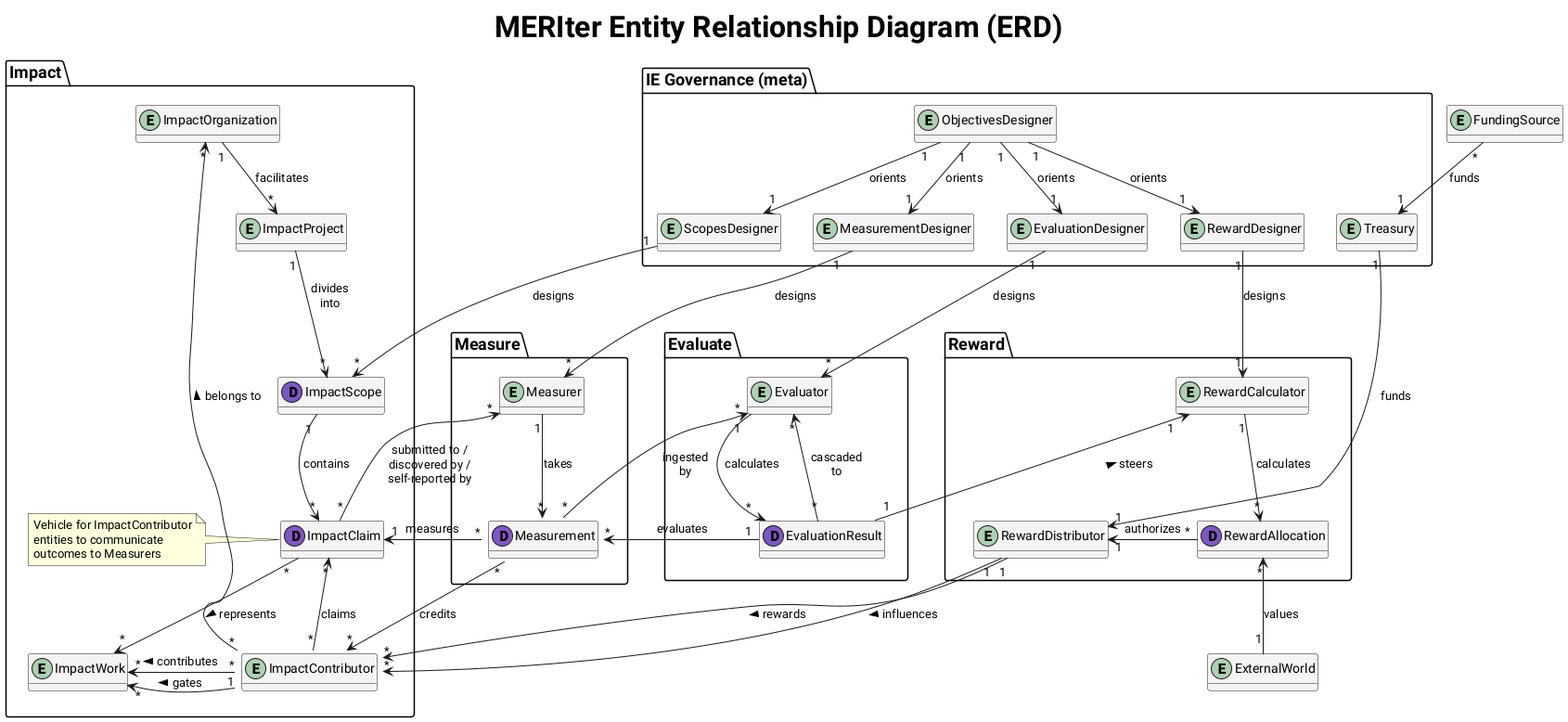
aspiers/ImpactEvaluators keeps this PlantUML diagram as diagrams/ERD.png. Above is the earlier version.
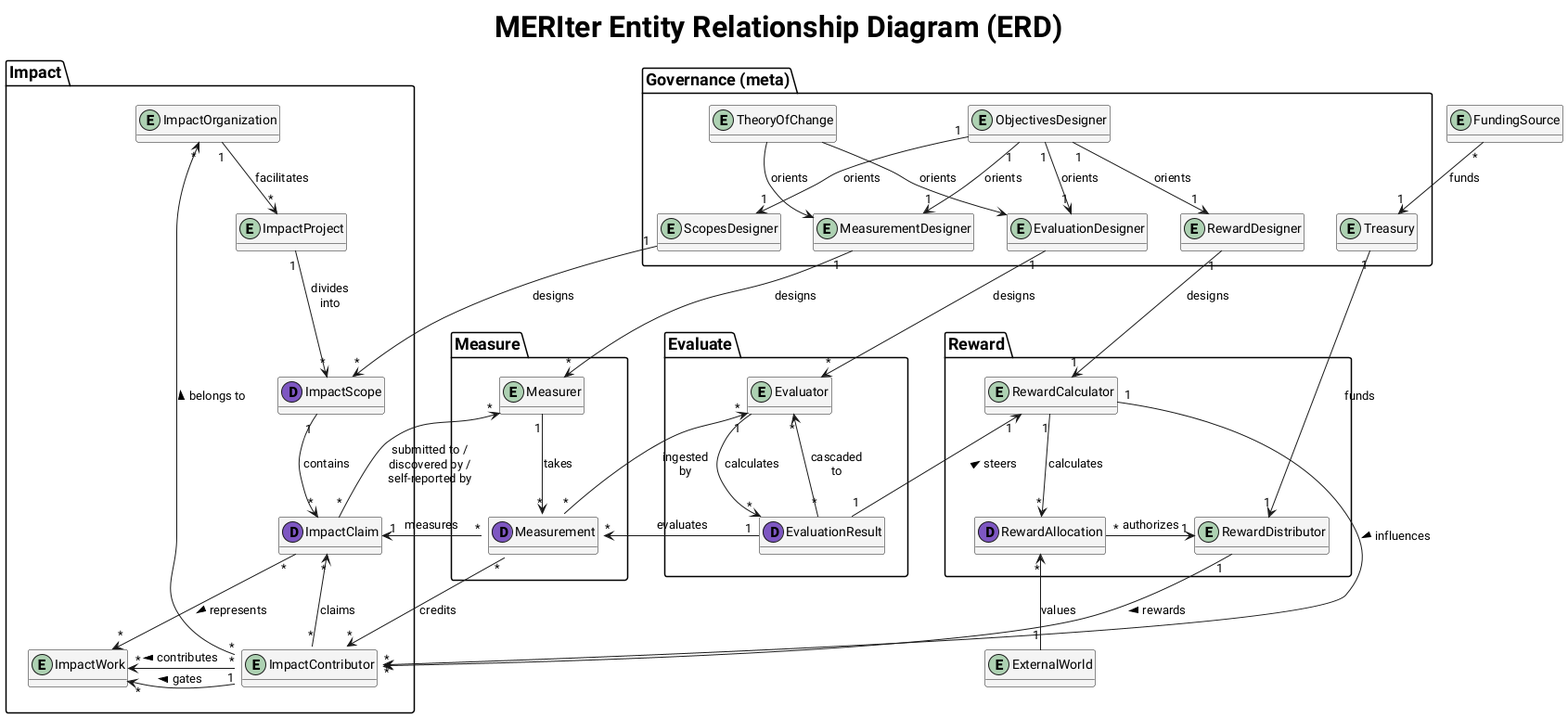
The same file after the commit.

Commit message:
add TheoryOfChange, rewardPolicy, and simplify conditionals

The edit, as a diff of the source:
```diff
@@ -6,7 +6,7 @@
 
 !$SHOW_FIELDS = %false()
 !$SHOW_EAS_FIELDS = %false()
-!$VISIBLE_PACKAGES = "IEGovernance,Impact,Measure,Evaluate,Reward"
+!$VISIBLE_PACKAGES = "Governance,Impact,Measure,Evaluate,Reward"
 
 !function $isPackageVisible($packageName)
   !return %strpos($VISIBLE_PACKAGES, $packageName) != -1
@@ -44,8 +44,10 @@
 </style>
 
 
-!if ($isPackageVisible("IEGovernance"))
-package "IE Governance (meta)" as IEGovernance {
+!if ($isPackageVisible("Governance"))
+
+package "Governance (meta)" as Governance {
+    entity TheoryOfChange
     entity ObjectivesDesigner
     entity ScopesDesigner
     entity MeasurementDesigner
@@ -53,10 +55,13 @@
     entity RewardDesigner
     entity Treasury
 
+    RewardDesigner -r[hidden]-> Treasury
     ScopesDesigner -r[hidden]-> MeasurementDesigner
     MeasurementDesigner -r[hidden]-> EvaluationDesigner
     EvaluationDesigner -r[hidden]-> RewardDesigner
-    RewardDesigner -r[hidden]-> Treasury
+    TheoryOfChange -d[hidden]-> ScopesDesigner
+    TheoryOfChange --> EvaluationDesigner : orients
+    TheoryOfChange --> MeasurementDesigner : orients
 
     ObjectivesDesigner "1" --> "1" ScopesDesigner : orients
     ObjectivesDesigner "1" --> "1" MeasurementDesigner : orients
@@ -96,7 +101,7 @@
         !endif
         !endif
     }
-    dataclass ImpactClaim {
+    dataclass ImpactClaim [[{Vehicle for ImpactContributor entities to communicate outcomes to Measurers}]] {
         !if ($SHOW_FIELDS)
         scope
         timeInterval
@@ -115,11 +120,6 @@
         !endif
         !endif
     }
-    note left of ImpactClaim
-        Vehicle for ImpactContributor
-        entities to communicate
-        outcomes to Measurers
-    end note
 
     entity ImpactContributor {
         !if ($SHOW_FIELDS)
@@ -182,7 +182,11 @@
 
 !if ($isPackageVisible("Reward"))
 package Reward {
-    entity RewardCalculator
+    entity RewardCalculator {
+      !if ($SHOW_FIELDS)
+      rewardPolicy
+      !endif
+    }
     dataclass RewardAllocation {
         !if ($SHOW_FIELDS)
         amount
@@ -224,23 +228,23 @@
 EvaluationResult -r[hidden]-> RewardDistributor
 !endif
 
-!if ($isPackageVisible("IEGovernance") && $isPackageVisible("Impact"))
+!if ($isPackageVisible("Governance"))
+entity FundingSource
+FundingSource "*" -d-> "1" Treasury : funds
+
+!if ($isPackageVisible("Impact"))
 ImpactScope "*" <-l- "1" ScopesDesigner : designs
 !endif
-!if ($isPackageVisible("IEGovernance") && $isPackageVisible("Measure"))
+!if ($isPackageVisible("Measure"))
 MeasurementDesigner "1" -d-> "*" Measurer : designs
 !endif
-!if ($isPackageVisible("IEGovernance") && $isPackageVisible("Evaluate"))
+!if ($isPackageVisible("Evaluate"))
 EvaluationDesigner "1" -d-> "*" Evaluator : designs
 !endif
-!if ($isPackageVisible("IEGovernance"))
-entity FundingSource
-FundingSource "*" -d[norank]-> "1" Treasury : funds
-!endif
-
-!if ($isPackageVisible("IEGovernance") && $isPackageVisible("Reward"))
+!if ($isPackageVisible("Reward"))
 RewardDesigner "1" --> "1" RewardCalculator : designs
 Treasury "1" --> "1" RewardDistributor : funds
+!endif
 !endif
 
 !if ($isPackageVisible("Impact") && $isPackageVisible("Measure"))
@@ -257,7 +261,7 @@
 !endif
 !if ($isPackageVisible("Reward") && $isPackageVisible("Impact"))
 ImpactContributor "*" <-u-- "1" RewardDistributor : < rewards
-ImpactContributor::workDecisionPolicy "*" <-u-- "1" RewardDistributor : < influences
+ImpactContributor::workDecisionPolicy "*" <-l[norank]-- "1" RewardCalculator : < influences
 !endif
 
 !if ($isPackageVisible("Reward"))
```
